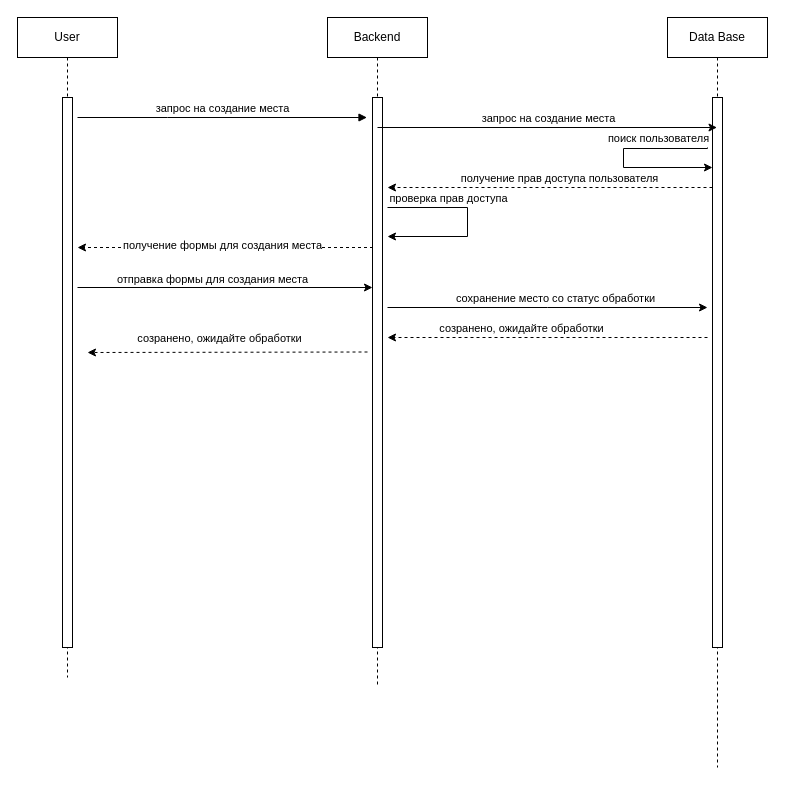
Earlier version of the draw.io diagram sequence_diagram_create_place.drawio (IlyaPetushok/FishingHelper). Source tidied: cells renumbered, new cells numbered last; positions are measured from the earlier drawing's top-left corner, leaving out a move shared by most shapes. Both pictures are drawn from the tidied source at 100%, with x=0, y=0 at pixel (17, 17).
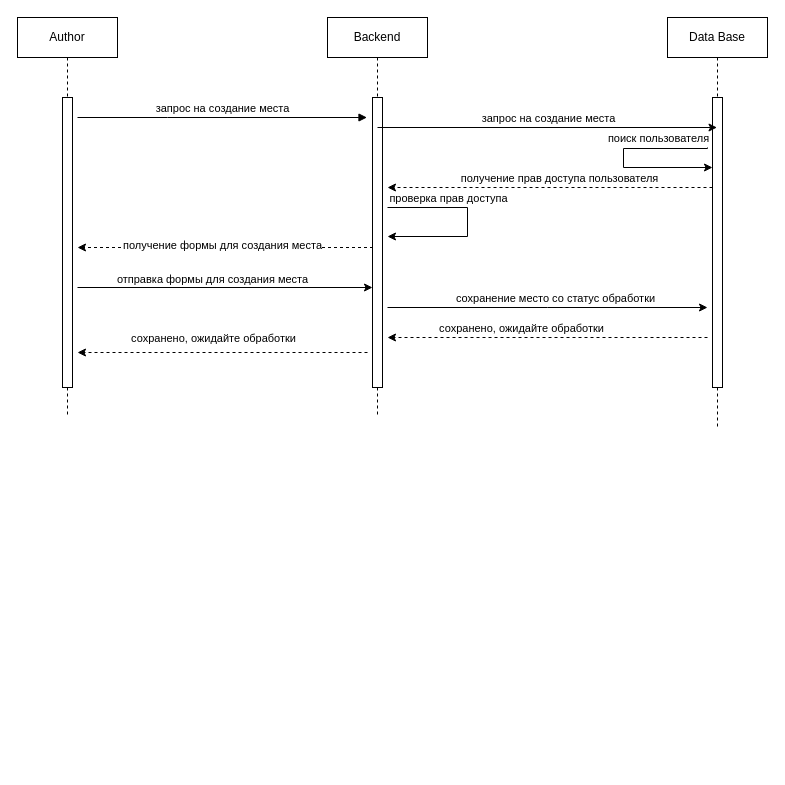
The same diagram, later.

Unchanged cells that the change refers to:
```xml
<mxCell id="11" style="edgeStyle=elbowEdgeStyle;rounded=0;orthogonalLoop=1;jettySize=auto;html=1;elbow=vertical;curved=0;dashed=1;" parent="1" edge="1">
  <mxGeometry relative="1" as="geometry">
    <mxPoint x="690" y="320" as="sourcePoint" />
    <mxPoint x="370" y="320" as="targetPoint" />
  </mxGeometry>
</mxCell>
```

The edit, as a diff of the source:
```diff
@@
-    <mxCell id="2" value="User" style="shape=umlLifeline;perimeter=lifelinePerimeter;whiteSpace=wrap;html=1;newEdgeStyle={&quot;edgeStyle&quot;:&quot;elbowEdgeStyle&quot;,&quot;elbow&quot;:&quot;vertical&quot;,&quot;curved&quot;:0,&quot;rounded&quot;:0};" parent="1" vertex="1">
-      <mxGeometry width="100" height="660" as="geometry" />
+    <mxCell id="2" value="Author" style="shape=umlLifeline;perimeter=lifelinePerimeter;whiteSpace=wrap;html=1;newEdgeStyle={&quot;edgeStyle&quot;:&quot;elbowEdgeStyle&quot;,&quot;elbow&quot;:&quot;vertical&quot;,&quot;curved&quot;:0,&quot;rounded&quot;:0};" parent="1" vertex="1">
+      <mxGeometry width="100" height="400" as="geometry" />
     </mxCell>
     <mxCell id="3" style="html=1;perimeter=orthogonalPerimeter;targetShapes=umlLifeline;newEdgeStyle={&quot;edgeStyle&quot;:&quot;elbowEdgeStyle&quot;,&quot;elbow&quot;:&quot;vertical&quot;,&quot;curved&quot;:0,&quot;rounded&quot;:0};" parent="2" vertex="1">
-      <mxGeometry x="45" y="80" width="10" height="550" as="geometry" />
+      <mxGeometry x="45" y="80" width="10" height="290" as="geometry" />
     </mxCell>
     <mxCell id="4" value="Backend" style="shape=umlLifeline;perimeter=lifelinePerimeter;whiteSpace=wrap;html=1;newEdgeStyle={&quot;edgeStyle&quot;:&quot;elbowEdgeStyle&quot;,&quot;elbow&quot;:&quot;vertical&quot;,&quot;curved&quot;:0,&quot;rounded&quot;:0};" parent="1" vertex="1">
-      <mxGeometry x="310" width="100" height="670" as="geometry" />
+      <mxGeometry x="310" width="100" height="400" as="geometry" />
     </mxCell>
     <mxCell id="5" style="html=1;points=[];perimeter=orthogonalPerimeter;outlineConnect=0;targetShapes=umlLifeline;portConstraint=eastwest;newEdgeStyle={&quot;edgeStyle&quot;:&quot;elbowEdgeStyle&quot;,&quot;elbow&quot;:&quot;vertical&quot;,&quot;curved&quot;:0,&quot;rounded&quot;:0};" parent="4" vertex="1">
-      <mxGeometry x="45" y="80" width="10" height="550" as="geometry" />
+      <mxGeometry x="45" y="80" width="10" height="290" as="geometry" />
     </mxCell>
     <mxCell id="6" value="Data Base" style="shape=umlLifeline;perimeter=lifelinePerimeter;whiteSpace=wrap;html=1;outlineConnect=0;portConstraint=eastwest;newEdgeStyle={&quot;edgeStyle&quot;:&quot;elbowEdgeStyle&quot;,&quot;elbow&quot;:&quot;vertical&quot;,&quot;curved&quot;:0,&quot;rounded&quot;:0};" parent="1" vertex="1">
-      <mxGeometry x="650" width="100" height="750" as="geometry" />
+      <mxGeometry x="650" width="100" height="410" as="geometry" />
     </mxCell>
     <mxCell id="7" style="html=1;perimeter=orthogonalPerimeter;targetShapes=umlLifeline;newEdgeStyle={&quot;edgeStyle&quot;:&quot;elbowEdgeStyle&quot;,&quot;elbow&quot;:&quot;vertical&quot;,&quot;curved&quot;:0,&quot;rounded&quot;:0};" parent="6" vertex="1">
-      <mxGeometry x="45" y="80" width="10" height="550" as="geometry" />
+      <mxGeometry x="45" y="80" width="10" height="290" as="geometry" />
     </mxCell>
@@
-    <mxCell id="12" value="созранено, ожидайте обработки" style="edgeLabel;html=1;align=center;verticalAlign=middle;" parent="11" vertex="1">
+    <mxCell id="12" value="сохранено, ожидайте обработки" style="edgeLabel;html=1;align=center;verticalAlign=middle;" parent="11" vertex="1">
       <mxGeometry x="0.17" y="1" relative="1" as="geometry">
         <mxPoint y="-11" as="offset" />
       </mxGeometry>
     </mxCell>
@@
     <mxCell id="25" style="edgeStyle=elbowEdgeStyle;rounded=0;orthogonalLoop=1;jettySize=auto;html=1;elbow=vertical;curved=0;dashed=1;" parent="1" edge="1">
       <mxGeometry relative="1" as="geometry">
-        <mxPoint x="350" y="334.5" as="sourcePoint" />
-        <mxPoint x="70" y="335" as="targetPoint" />
+        <mxPoint x="350" y="335" as="sourcePoint" />
+        <mxPoint x="60" y="334.8" as="targetPoint" />
       </mxGeometry>
     </mxCell>
-    <mxCell id="26" value="созранено, ожидайте обработки" style="edgeLabel;html=1;align=center;verticalAlign=middle;" parent="25" vertex="1">
+    <mxCell id="26" value="сохранено, ожидайте обработки" style="edgeLabel;html=1;align=center;verticalAlign=middle;" parent="25" vertex="1">
       <mxGeometry x="0.17" y="1" relative="1" as="geometry">
         <mxPoint x="15" y="-16" as="offset" />
       </mxGeometry>
     </mxCell>
```
